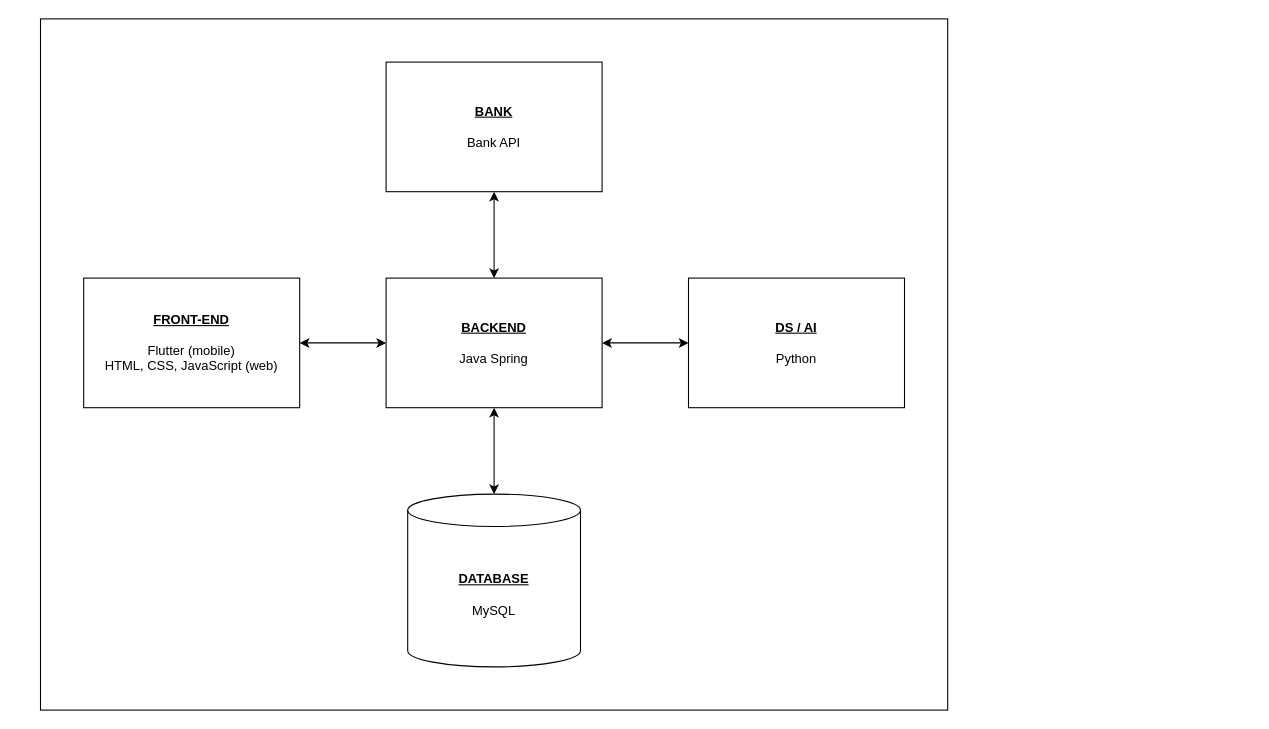
Before: Planning/ProjectArchitecture.drawio in Tylikestocode/FinBro, a draw.io diagram. Source tidied: cells renumbered, new cells numbered last; positions are measured from the earlier drawing's top-left corner, leaving out a move shared by most shapes. Both pictures are drawn from the tidied source at 108%, with x=0, y=0 at pixel (40, 18).
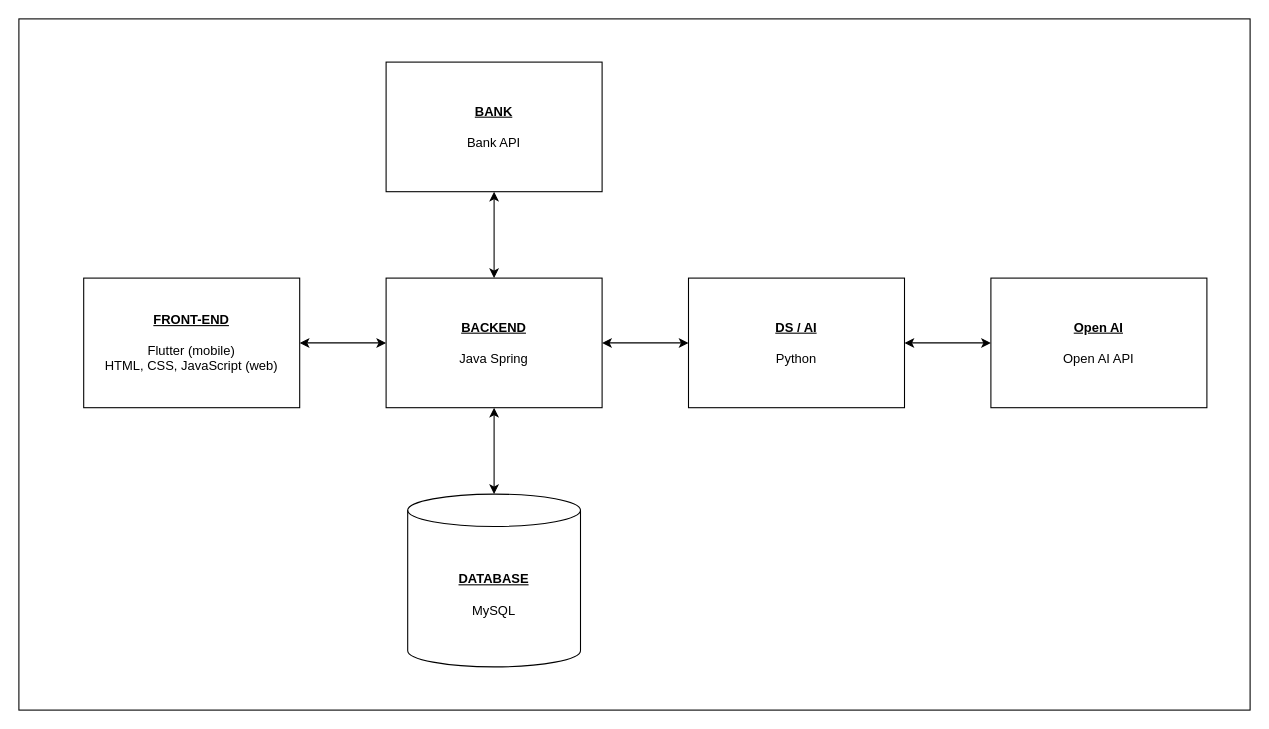
After the change.

What changed in the source:
```diff
@@
 <mxGraphModel>
   <root>
     <mxCell id="0" />
     <mxCell id="1" parent="0" />
     <mxCell id="2" style="edgeStyle=orthogonalEdgeStyle;rounded=0;jettySize=auto;html=1;startArrow=classic;startFill=1;" parent="1" edge="1" source="5" target="9">
       <mxGeometry relative="1" as="geometry" />
     </mxCell>
     <mxCell id="3" style="edgeStyle=orthogonalEdgeStyle;rounded=0;jettySize=auto;html=1;startArrow=classic;startFill=1;" parent="1" edge="1" source="5" target="8">
       <mxGeometry relative="1" as="geometry" />
     </mxCell>
     <mxCell id="4" style="edgeStyle=orthogonalEdgeStyle;rounded=0;jettySize=auto;html=1;startArrow=classic;startFill=1;" parent="1" edge="1" source="5" target="10">
       <mxGeometry relative="1" as="geometry" />
     </mxCell>
     <mxCell id="5" value="&lt;u style=&quot;font-weight: bold;&quot;&gt;BACKEND&lt;br&gt;&lt;/u&gt;&lt;br&gt;Java Spring" style="rounded=0;whiteSpace=wrap;html=1;" parent="1" vertex="1">
       <mxGeometry x="320" y="240" width="200" height="120" as="geometry" />
     </mxCell>
     <mxCell id="6" style="edgeStyle=orthogonalEdgeStyle;rounded=0;jettySize=auto;html=1;startArrow=classic;startFill=1;" parent="1" edge="1" source="7" target="5">
       <mxGeometry relative="1" as="geometry" />
     </mxCell>
     <mxCell id="7" value="&lt;u style=&quot;font-weight: bold;&quot;&gt;FRONT-END&lt;br&gt;&lt;/u&gt;&lt;br&gt;Flutter (mobile)&lt;br&gt;HTML, CSS, JavaScript (web)" style="rounded=0;whiteSpace=wrap;html=1;" parent="1" vertex="1">
       <mxGeometry x="40" y="240" width="200" height="120" as="geometry" />
     </mxCell>
     <mxCell id="8" value="&lt;u style=&quot;font-weight: bold;&quot;&gt;DATABASE&lt;/u&gt;&lt;br&gt;&lt;br&gt;MySQL" style="shape=cylinder3;whiteSpace=wrap;html=1;boundedLbl=1;backgroundOutline=1;size=15;" parent="1" vertex="1">
       <mxGeometry x="340" y="440" width="160" height="160" as="geometry" />
     </mxCell>
+    <mxCell id="12" style="edgeStyle=orthogonalEdgeStyle;rounded=0;jettySize=auto;html=1;startArrow=classic;startFill=1;" parent="1" edge="1" source="9" target="13">
+      <mxGeometry relative="1" as="geometry" />
+    </mxCell>
     <mxCell id="9" value="&lt;u style=&quot;font-weight: bold;&quot;&gt;DS / AI&lt;/u&gt;&lt;br&gt;&lt;br&gt;Python" style="rounded=0;whiteSpace=wrap;html=1;" parent="1" vertex="1">
       <mxGeometry x="600" y="240" width="200" height="120" as="geometry" />
     </mxCell>
     <mxCell id="10" value="&lt;b&gt;&lt;u&gt;BANK&lt;/u&gt;&lt;/b&gt;&lt;br&gt;&lt;br&gt;Bank API" style="rounded=0;whiteSpace=wrap;html=1;" parent="1" vertex="1">
       <mxGeometry x="320" y="40" width="200" height="120" as="geometry" />
     </mxCell>
     <mxCell id="11" style="rounded=0;whiteSpace=wrap;html=1;fillColor=none;" parent="1" vertex="1">
-      <mxGeometry width="840" height="640" as="geometry" />
+      <mxGeometry x="-20" width="1140" height="640" as="geometry" />
     </mxCell>
+    <mxCell id="13" value="&lt;b&gt;&lt;u&gt;Open AI&lt;/u&gt;&lt;/b&gt;&lt;br&gt;&lt;br&gt;Open AI API" style="rounded=0;whiteSpace=wrap;html=1;" parent="1" vertex="1">
+      <mxGeometry x="880" y="240" width="200" height="120" as="geometry" />
+    </mxCell>
   </root>
 </mxGraphModel>
```
